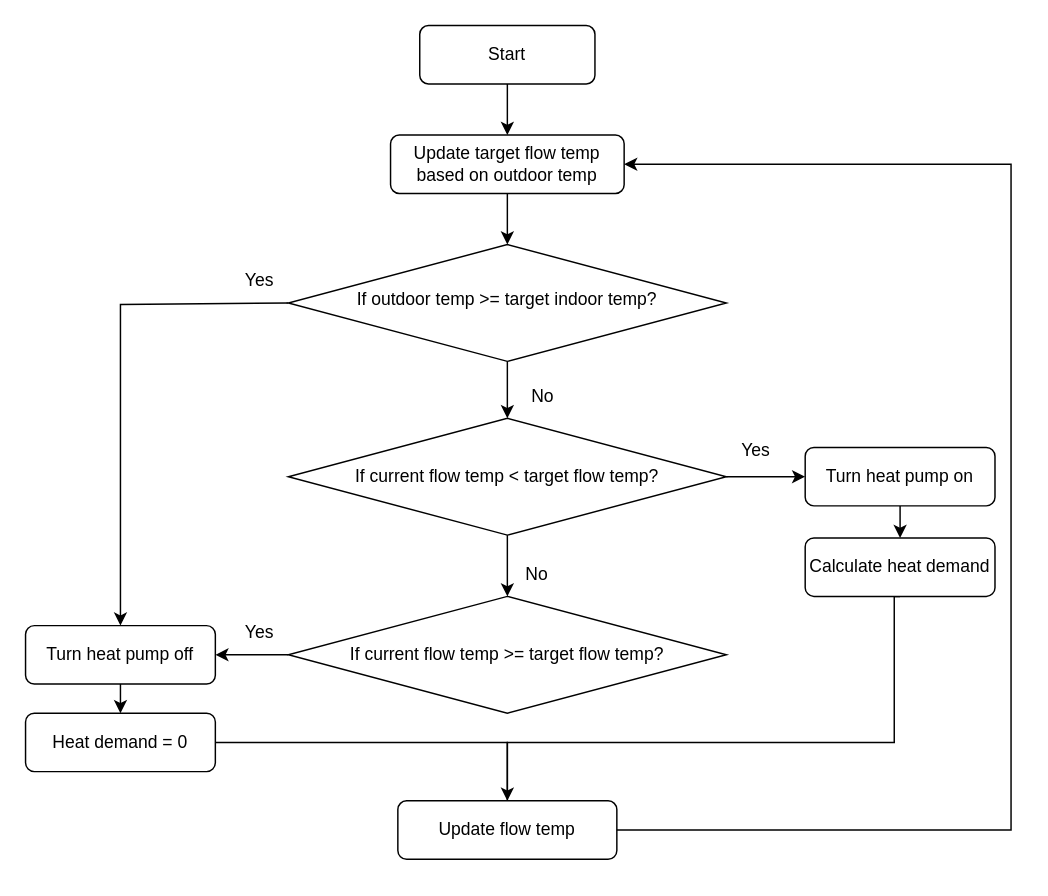
The draw.io diagram page "Weather compensation" (3 of 5) of RBC.drawio in Qiuyi-Hong/Rule-Based-Control, before the edit. Source tidied: cells renumbered, new cells numbered last; positions are measured from the earlier drawing's top-left corner, leaving out a move shared by most shapes. Both pictures are drawn from the tidied source at 146%, with x=0, y=0 at pixel (25, 25).
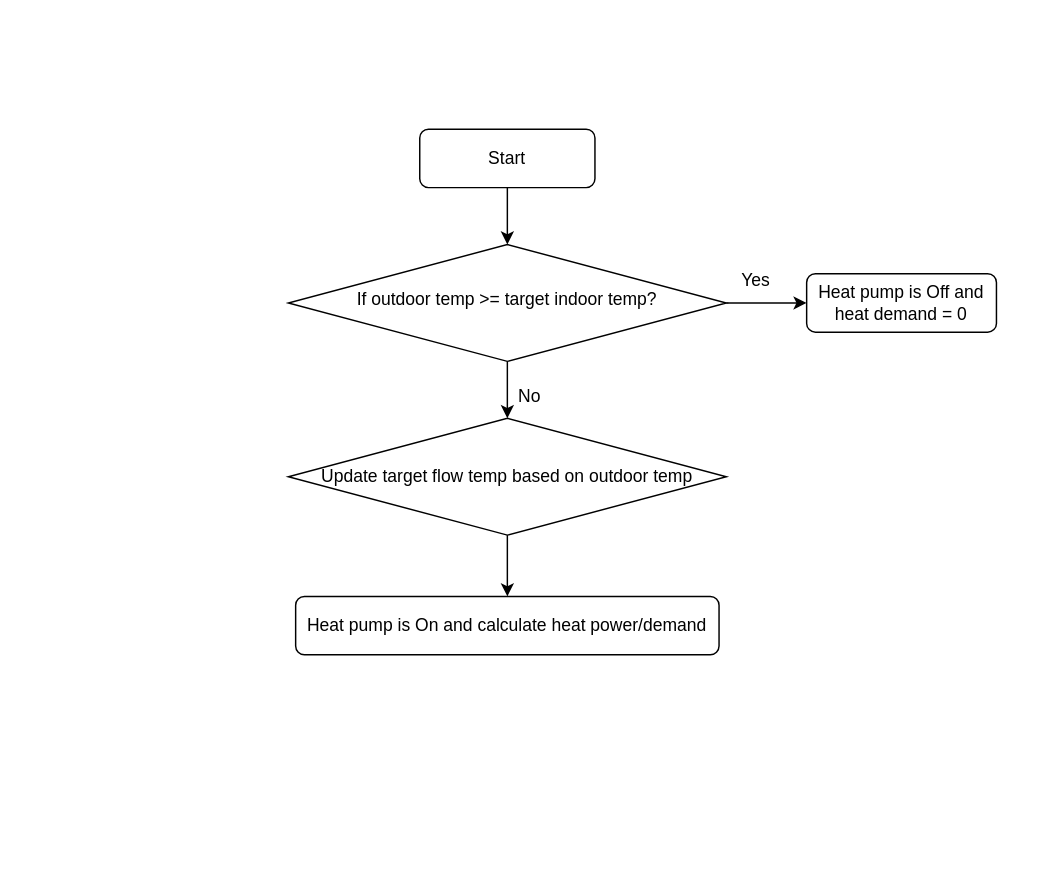
Above is the later version.

Unchanged cells that the change refers to:
```xml
<mxCell id="25" value="If outdoor temp &amp;gt;= target indoor temp?" style="rhombus;whiteSpace=wrap;html=1;shadow=0;fontFamily=Helvetica;fontSize=12;align=center;strokeWidth=1;spacing=6;spacingTop=-4;" parent="1" vertex="1">
  <mxGeometry x="180" y="150" width="300" height="80" as="geometry" />
</mxCell>
```

What changed in the source:
```diff
@@
-    <mxCell id="2" style="edgeStyle=orthogonalEdgeStyle;rounded=0;jettySize=auto;html=1;exitX=0.5;exitY=1;exitDx=0;exitDy=0;entryX=0.5;entryY=0;entryDx=0;entryDy=0;" parent="1" edge="1" source="3" target="25">
+    <mxCell id="2" style="edgeStyle=orthogonalEdgeStyle;rounded=0;jettySize=auto;html=1;exitX=0.5;exitY=1;exitDx=0;exitDy=0;entryX=0.5;entryY=0;entryDx=0;entryDy=0;" parent="1" edge="1" source="7" target="25">
       <mxGeometry relative="1" as="geometry" />
     </mxCell>
-    <mxCell id="3" value="Update target flow temp based on outdoor temp" style="rounded=1;whiteSpace=wrap;html=1;fontSize=12;glass=0;strokeWidth=1;shadow=0;" parent="1" vertex="1">
-      <mxGeometry x="250" y="75" width="160" height="40" as="geometry" />
-    </mxCell>
-    <mxCell id="4" style="edgeStyle=orthogonalEdgeStyle;rounded=0;jettySize=auto;html=1;" parent="1" edge="1" source="5" target="13">
-      <mxGeometry relative="1" as="geometry" />
-    </mxCell>
-    <mxCell id="5" value="Turn heat pump on" style="rounded=1;whiteSpace=wrap;html=1;fontSize=12;glass=0;strokeWidth=1;shadow=0;" parent="1" vertex="1">
-      <mxGeometry x="534" y="289" width="130" height="40" as="geometry" />
-    </mxCell>
-    <mxCell id="6" style="edgeStyle=orthogonalEdgeStyle;rounded=0;jettySize=auto;html=1;exitX=0.5;exitY=1;exitDx=0;exitDy=0;entryX=0.5;entryY=0;entryDx=0;entryDy=0;" parent="1" edge="1" source="7" target="3">
-      <mxGeometry relative="1" as="geometry" />
-    </mxCell>
     <mxCell id="7" value="Start" style="rounded=1;whiteSpace=wrap;html=1;" parent="1" vertex="1">
-      <mxGeometry x="270" width="120" height="40" as="geometry" />
+      <mxGeometry x="270" y="71" width="120" height="40" as="geometry" />
     </mxCell>
     <mxCell id="8" value="Yes" style="text;html=1;align=center;verticalAlign=middle;strokeColor=none;fillColor=none;" parent="1" vertex="1">
-      <mxGeometry x="140" y="160" width="40" height="30" as="geometry" />
+      <mxGeometry x="480" y="160" width="40" height="30" as="geometry" />
     </mxCell>
@@
-    <mxCell id="10" style="edgeStyle=orthogonalEdgeStyle;rounded=0;jettySize=auto;html=1;exitX=0.5;exitY=1;exitDx=0;exitDy=0;entryX=0.5;entryY=0;entryDx=0;entryDy=0;" parent="1" edge="1" source="11" target="14">
-      <mxGeometry relative="1" as="geometry" />
-    </mxCell>
-    <mxCell id="11" value="Turn heat pump off" style="rounded=1;whiteSpace=wrap;html=1;" parent="1" vertex="1">
-      <mxGeometry y="411" width="130" height="40" as="geometry" />
+    <mxCell id="11" value="Heat pump is Off and heat demand = 0" style="rounded=1;whiteSpace=wrap;html=1;" parent="1" vertex="1">
+      <mxGeometry x="535" y="170" width="130" height="40" as="geometry" />
     </mxCell>
-    <mxCell id="12" style="edgeStyle=orthogonalEdgeStyle;rounded=0;jettySize=auto;html=1;exitX=0.5;exitY=1;exitDx=0;exitDy=0;" parent="1" edge="1" source="13">
-      <mxGeometry relative="1" as="geometry">
-        <mxPoint x="330" y="571" as="targetPoint" />
-        <Array as="points">
-          <mxPoint x="595" y="391" />
-          <mxPoint x="595" y="491" />
-          <mxPoint x="330" y="491" />
-        </Array>
-      </mxGeometry>
-    </mxCell>
-    <mxCell id="13" value="Calculate heat demand" style="whiteSpace=wrap;html=1;rounded=1;glass=0;strokeWidth=1;shadow=0;" parent="1" vertex="1">
-      <mxGeometry x="534" y="351" width="130" height="40" as="geometry" />
-    </mxCell>
-    <mxCell id="14" value="Heat demand = 0" style="rounded=1;whiteSpace=wrap;html=1;" parent="1" vertex="1">
-      <mxGeometry y="471" width="130" height="40" as="geometry" />
-    </mxCell>
-    <mxCell id="15" style="edgeStyle=orthogonalEdgeStyle;rounded=0;jettySize=auto;html=1;entryX=0.5;entryY=0;entryDx=0;entryDy=0;" parent="1" edge="1" source="16" target="17">
-      <mxGeometry relative="1" as="geometry" />
+    <mxCell id="15" style="edgeStyle=orthogonalEdgeStyle;rounded=0;jettySize=auto;html=1;entryX=0.5;entryY=0;entryDx=0;entryDy=0;" parent="1" edge="1" source="16">
+      <mxGeometry relative="1" as="geometry">
+        <mxPoint x="330" y="391" as="targetPoint" />
+      </mxGeometry>
     </mxCell>
-    <mxCell id="16" value="If current&amp;nbsp;&lt;span style=&quot;background-color: initial;&quot;&gt;flow temp &amp;lt; target flow temp?&lt;/span&gt;" style="rhombus;whiteSpace=wrap;html=1;" parent="1" vertex="1">
+    <mxCell id="16" value="Update target flow temp based on outdoor temp" style="rhombus;whiteSpace=wrap;html=1;" parent="1" vertex="1">
       <mxGeometry x="180" y="269" width="300" height="80" as="geometry" />
     </mxCell>
-    <mxCell id="17" value="If current flow temp &amp;gt;= target flow temp?" style="rhombus;whiteSpace=wrap;html=1;" parent="1" vertex="1">
-      <mxGeometry x="180" y="391" width="300" height="80" as="geometry" />
-    </mxCell>
-    <mxCell id="18" style="endArrow=classic;html=1;rounded=0;exitX=0;exitY=0.5;exitDx=0;exitDy=0;entryX=1;entryY=0.5;entryDx=0;entryDy=0;" parent="1" edge="1" source="17" target="11">
-      <mxGeometry relative="1" as="geometry">
-        <Array as="points">
-          <mxPoint x="150" y="431" />
-        </Array>
-      </mxGeometry>
-    </mxCell>
     <mxCell id="19" value="No" style="text;html=1;align=center;verticalAlign=middle;strokeColor=none;fillColor=none;" parent="1" vertex="1">
-      <mxGeometry x="334" y="239" width="40" height="30" as="geometry" />
+      <mxGeometry x="325" y="239" width="40" height="30" as="geometry" />
     </mxCell>
-    <mxCell id="20" value="No" style="text;html=1;align=center;verticalAlign=middle;strokeColor=none;fillColor=none;" parent="1" vertex="1">
-      <mxGeometry x="330" y="361" width="40" height="30" as="geometry" />
-    </mxCell>
-    <mxCell id="21" value="Yes" style="text;html=1;align=center;verticalAlign=middle;strokeColor=none;fillColor=none;" parent="1" vertex="1">
-      <mxGeometry x="140" y="401" width="40" height="30" as="geometry" />
-    </mxCell>
-    <mxCell id="22" value="Update flow temp" style="rounded=1;whiteSpace=wrap;html=1;" parent="1" vertex="1">
-      <mxGeometry x="255" y="531" width="150" height="40" as="geometry" />
-    </mxCell>
-    <mxCell id="23" style="endArrow=classic;html=1;rounded=0;exitX=1;exitY=0.5;exitDx=0;exitDy=0;entryX=1;entryY=0.5;entryDx=0;entryDy=0;" parent="1" edge="1" source="22" target="3">
-      <mxGeometry relative="1" as="geometry">
-        <Array as="points">
-          <mxPoint x="675" y="551" />
-          <mxPoint x="675" y="211" />
-          <mxPoint x="675" y="95" />
-        </Array>
-      </mxGeometry>
-    </mxCell>
-    <mxCell id="24" style="endArrow=classic;html=1;rounded=0;exitX=0;exitY=0.5;exitDx=0;exitDy=0;entryX=0.5;entryY=0;entryDx=0;entryDy=0;" parent="1" edge="1" source="25" target="11">
-      <mxGeometry relative="1" as="geometry">
-        <Array as="points">
-          <mxPoint x="65" y="191" />
-        </Array>
-      </mxGeometry>
+    <mxCell id="24" style="edgeStyle=orthogonalEdgeStyle;rounded=0;jettySize=auto;html=1;exitX=1;exitY=0.5;exitDx=0;exitDy=0;entryX=0;entryY=0.5;entryDx=0;entryDy=0;" parent="1" edge="1" source="25" target="11">
+      <mxGeometry relative="1" as="geometry" />
     </mxCell>
@@
-    <mxCell id="26" style="endArrow=classic;html=1;rounded=0;exitX=1;exitY=0.5;exitDx=0;exitDy=0;entryX=0;entryY=0.5;entryDx=0;entryDy=0;" parent="1" edge="1" source="16" target="5">
-      <mxGeometry relative="1" as="geometry" />
-    </mxCell>
-    <mxCell id="27" style="endArrow=classic;html=1;rounded=0;exitX=1;exitY=0.5;exitDx=0;exitDy=0;entryX=0.5;entryY=0;entryDx=0;entryDy=0;" parent="1" edge="1" source="14" target="22">
-      <mxGeometry relative="1" as="geometry">
-        <Array as="points">
-          <mxPoint x="330" y="491" />
-        </Array>
-      </mxGeometry>
-    </mxCell>
-    <mxCell id="28" value="Yes" style="text;html=1;align=center;verticalAlign=middle;strokeColor=none;fillColor=none;" parent="1" vertex="1">
-      <mxGeometry x="480" y="276" width="40" height="30" as="geometry" />
-    </mxCell>
+    <mxCell id="29" value="Heat pump is On and calculate heat power/demand" style="rounded=1;whiteSpace=wrap;html=1;" parent="1" vertex="1">
+      <mxGeometry x="185" y="391" width="290" height="40" as="geometry" />
+    </mxCell>
```
